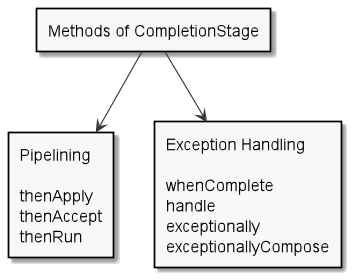
Earlier version of the PlantUML export images/methods_of_CompletionStage.png (ti-cortex-m4/demo-java-completablefuture).
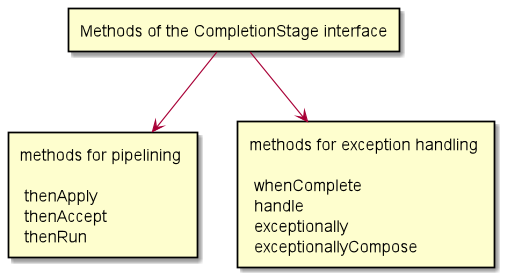
The same file after the commit.

Change to the diagram source:
```diff
@@ -1,10 +1,8 @@
 @startuml
 
-skinparam monochrome true
-
-rectangle "Methods of CompletionStage" as Methods
-rectangle "Pipelining\n\nthenApply\nthenAccept\nthenRun" as Pipelining
-rectangle "Exception Handling\n\nwhenComplete\nhandle\nexceptionally\nexceptionallyCompose" as ExceptionHandling
+rectangle "Methods of the CompletionStage interface" as Methods
+rectangle "methods for pipelining \n  \n thenApply \n thenAccept \n thenRun" as Pipelining
+rectangle "methods for exception handling \n  \n whenComplete \n handle \n exceptionally \n exceptionallyCompose" as ExceptionHandling
 
 Methods --> ExceptionHandling
 Methods --> Pipelining
```
